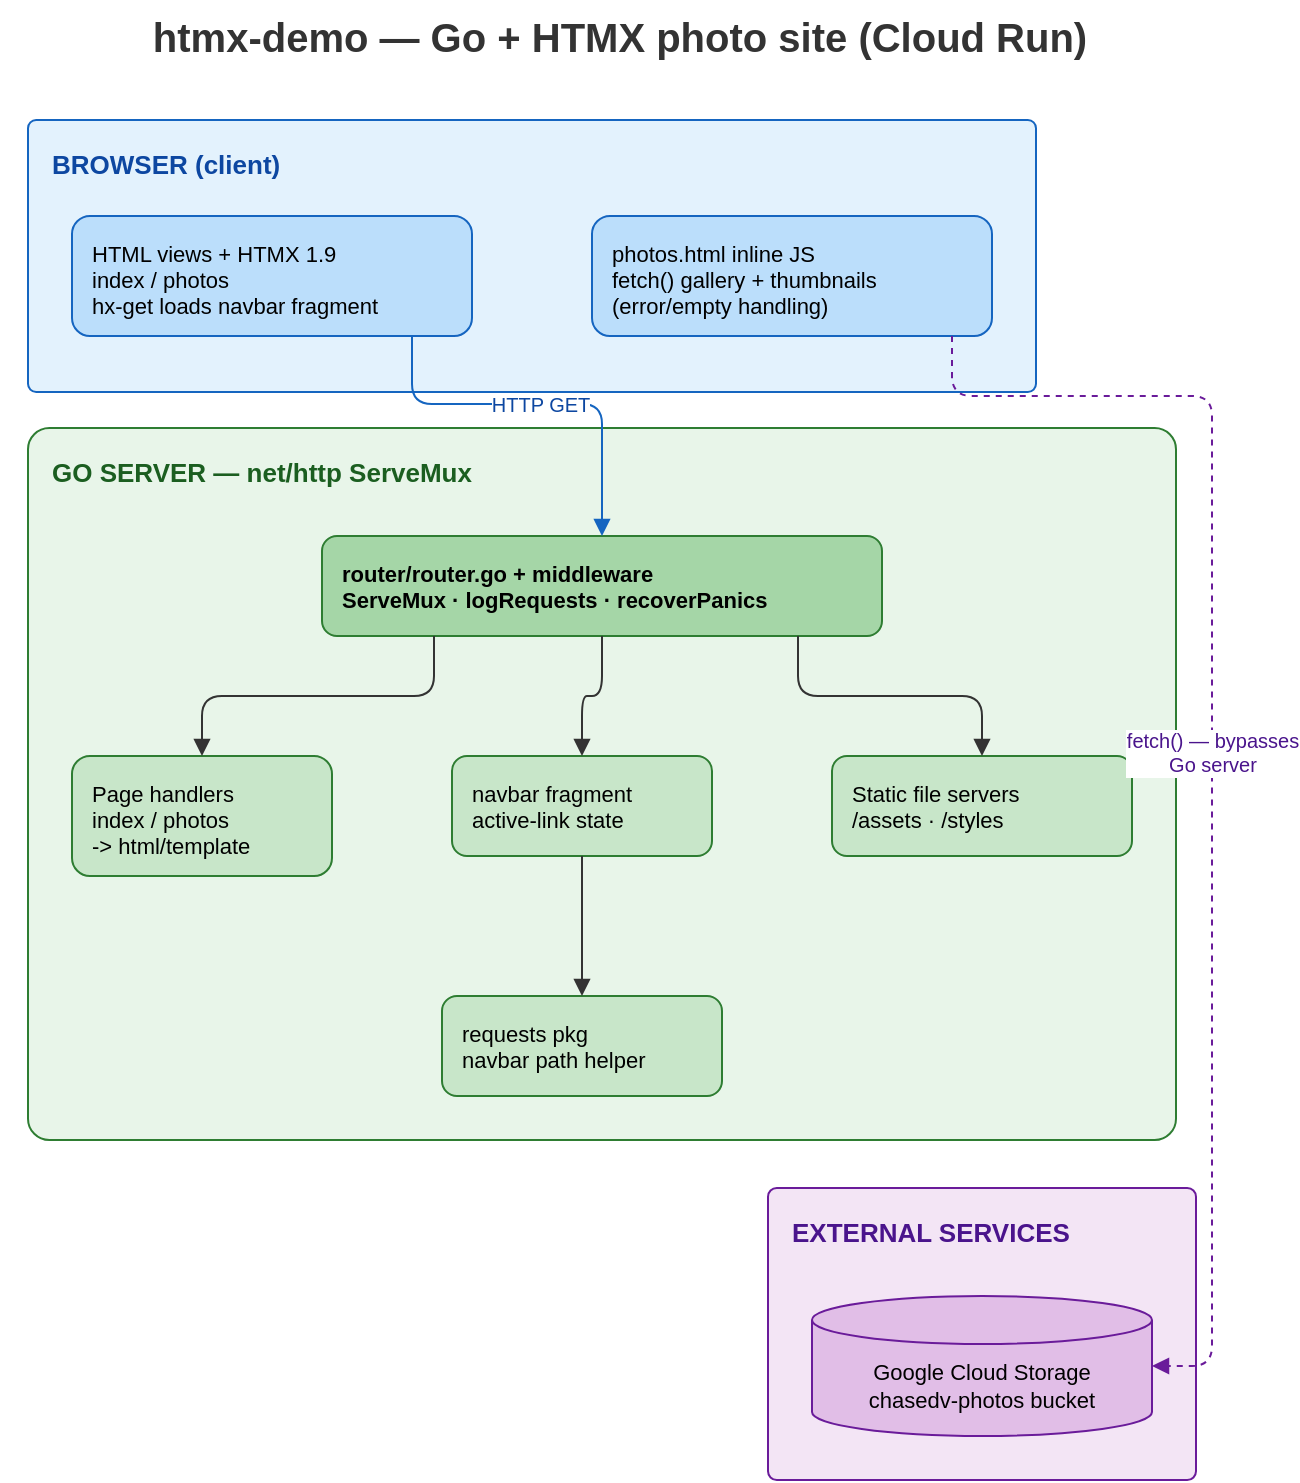
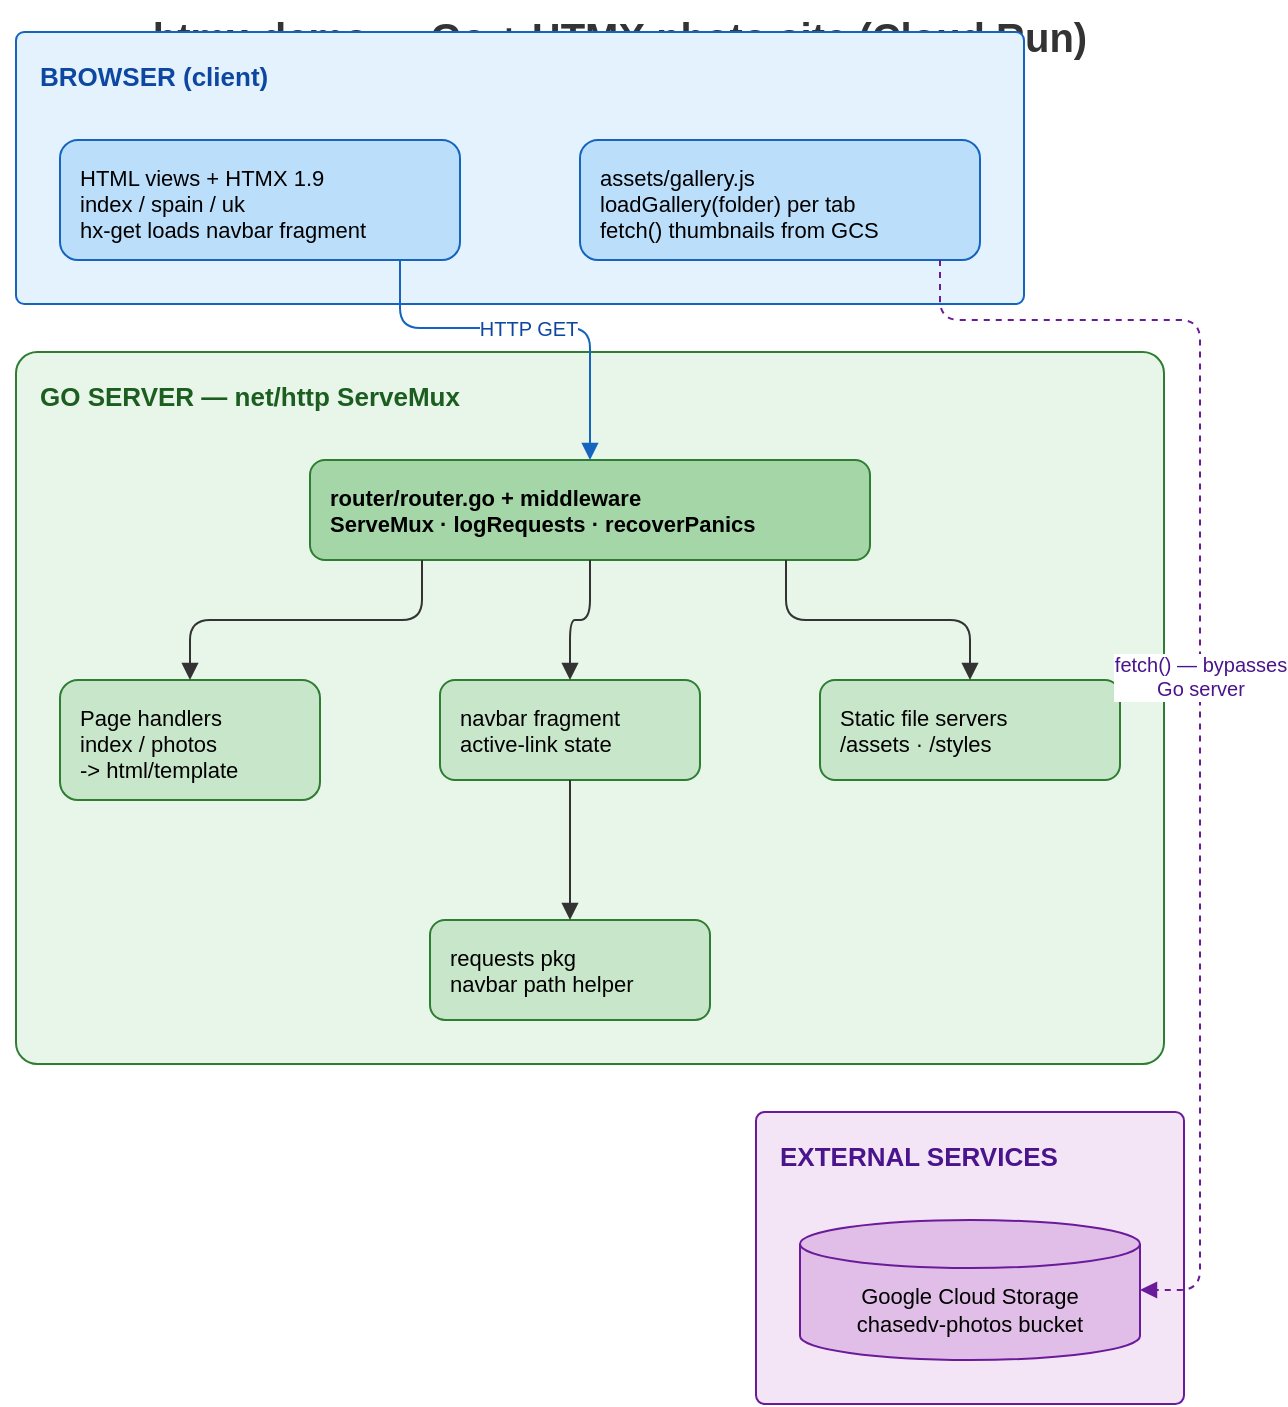
- <mxfile host="65bd71144e">
-     <diagram id="d1" name="htmx-demo architecture">
-         <mxGraphModel dx="1684" dy="725" grid="1" gridSize="10" guides="1" tooltips="1" connect="1" arrows="1" fold="1" page="1" pageScale="1" pageWidth="680" pageHeight="760" math="0" shadow="0">
-             <root>
-                 <mxCell id="0"/>
-                 <mxCell id="1" parent="0"/>
-                 <mxCell id="title" value="htmx-demo — Go + HTMX photo site (Cloud Run)" style="text;html=1;strokeColor=none;fillColor=none;align=center;verticalAlign=middle;whiteSpace=wrap;fontSize=20;fontStyle=1;fontColor=#333333;" parent="1" vertex="1">
-                     <mxGeometry x="30" y="20" width="620" height="36" as="geometry"/>
-                 </mxCell>
-                 <mxCell id="client" value="BROWSER (client)" style="rounded=1;whiteSpace=wrap;html=1;fillColor=#E3F2FD;strokeColor=#1565C0;verticalAlign=top;align=left;fontStyle=1;fontSize=13;fontColor=#0D47A1;arcSize=3;spacingTop=8;spacingLeft=10;" parent="1" vertex="1">
-                     <mxGeometry x="44" y="80" width="504" height="136" as="geometry"/>
-                 </mxCell>
-                 <mxCell id="server" value="GO SERVER — net/http ServeMux" style="rounded=1;whiteSpace=wrap;html=1;fillColor=#E8F5E9;strokeColor=#2E7D32;verticalAlign=top;align=left;fontStyle=1;fontSize=13;fontColor=#1B5E20;arcSize=3;spacingTop=8;spacingLeft=10;" parent="1" vertex="1">
-                     <mxGeometry x="44" y="234" width="574" height="356" as="geometry"/>
-                 </mxCell>
-                 <mxCell id="external" value="EXTERNAL SERVICES" style="rounded=1;whiteSpace=wrap;html=1;fillColor=#F3E5F5;strokeColor=#6A1B9A;verticalAlign=top;align=left;fontStyle=1;fontSize=13;fontColor=#4A148C;arcSize=3;spacingTop=8;spacingLeft=10;" parent="1" vertex="1">
-                     <mxGeometry x="414" y="614" width="214" height="146" as="geometry"/>
-                 </mxCell>
-                 <mxCell id="pages" value="HTML views + HTMX 1.9&#xa;index / photos&#xa;hx-get loads navbar fragment" style="rounded=1;whiteSpace=wrap;html=1;fillColor=#BBDEFB;strokeColor=#1565C0;align=left;verticalAlign=top;fontSize=11;spacingLeft=8;spacingTop=6;" parent="1" vertex="1">
-                     <mxGeometry x="66" y="128" width="200" height="60" as="geometry"/>
-                 </mxCell>
-                 <mxCell id="photojs" value="photos.html inline JS&#xa;fetch() gallery + thumbnails&#xa;(error/empty handling)" style="rounded=1;whiteSpace=wrap;html=1;fillColor=#BBDEFB;strokeColor=#1565C0;align=left;verticalAlign=top;fontSize=11;spacingLeft=8;spacingTop=6;" parent="1" vertex="1">
-                     <mxGeometry x="326" y="128" width="200" height="60" as="geometry"/>
-                 </mxCell>
-                 <mxCell id="pagehandlers" value="Page handlers&#xa;index / photos&#xa;-&gt; html/template" style="rounded=1;whiteSpace=wrap;html=1;fillColor=#C8E6C9;strokeColor=#2E7D32;align=left;verticalAlign=top;fontSize=11;spacingLeft=8;spacingTop=6;" parent="1" vertex="1">
-                     <mxGeometry x="66" y="398" width="130" height="60" as="geometry"/>
-                 </mxCell>
-                 <mxCell id="navbarh" value="navbar fragment&#xa;active-link state" style="rounded=1;whiteSpace=wrap;html=1;fillColor=#C8E6C9;strokeColor=#2E7D32;align=left;verticalAlign=top;fontSize=11;spacingLeft=8;spacingTop=6;" parent="1" vertex="1">
-                     <mxGeometry x="256" y="398" width="130" height="50" as="geometry"/>
-                 </mxCell>
-                 <mxCell id="static" value="Static file servers&#xa;/assets  ·  /styles" style="rounded=1;whiteSpace=wrap;html=1;fillColor=#C8E6C9;strokeColor=#2E7D32;align=left;verticalAlign=top;fontSize=11;spacingLeft=8;spacingTop=6;" parent="1" vertex="1">
-                     <mxGeometry x="446" y="398" width="150" height="50" as="geometry"/>
-                 </mxCell>
-                 <mxCell id="mux" value="router/router.go + middleware&#xa;ServeMux · logRequests · recoverPanics" style="rounded=1;whiteSpace=wrap;html=1;fillColor=#A5D6A7;strokeColor=#2E7D32;align=left;verticalAlign=top;fontSize=11;fontStyle=1;spacingLeft=8;spacingTop=6;" parent="1" vertex="1">
-                     <mxGeometry x="191" y="288" width="280" height="50" as="geometry"/>
-                 </mxCell>
-                 <mxCell id="requests" value="requests pkg&#xa;navbar path helper" style="rounded=1;whiteSpace=wrap;html=1;fillColor=#C8E6C9;strokeColor=#2E7D32;align=left;verticalAlign=top;fontSize=11;spacingLeft=8;spacingTop=6;" parent="1" vertex="1">
-                     <mxGeometry x="251" y="518" width="140" height="50" as="geometry"/>
-                 </mxCell>
-                 <mxCell id="gcs" value="Google Cloud Storage&#xa;chasedv-photos bucket" style="shape=cylinder3;whiteSpace=wrap;html=1;boundedLbl=1;backgroundOutline=1;size=12;fillColor=#E1BEE7;strokeColor=#6A1B9A;align=center;verticalAlign=middle;fontSize=11;" parent="1" vertex="1">
-                     <mxGeometry x="436" y="668" width="170" height="70" as="geometry"/>
-                 </mxCell>
-                 <mxCell id="e-http" value="HTTP GET" style="edgeStyle=orthogonalEdgeStyle;rounded=1;html=1;strokeColor=#1565C0;endArrow=block;exitX=0.85;exitY=1;exitDx=0;exitDy=0;entryX=0.5;entryY=0;entryDx=0;entryDy=0;fontSize=10;fontColor=#0D47A1;" parent="1" source="pages" target="mux" edge="1">
-                     <mxGeometry relative="1" as="geometry">
-                         <Array as="points">
-                             <mxPoint x="236" y="222"/>
-                             <mxPoint x="331" y="222"/>
-                         </Array>
-                     </mxGeometry>
-                 </mxCell>
-                 <mxCell id="e-mux-page" style="edgeStyle=orthogonalEdgeStyle;rounded=1;html=1;strokeColor=#333333;endArrow=block;exitX=0.2;exitY=1;exitDx=0;exitDy=0;entryX=0.5;entryY=0;entryDx=0;entryDy=0;" parent="1" source="mux" target="pagehandlers" edge="1">
-                     <mxGeometry relative="1" as="geometry">
-                         <Array as="points">
-                             <mxPoint x="247" y="368"/>
-                             <mxPoint x="131" y="368"/>
-                         </Array>
-                     </mxGeometry>
-                 </mxCell>
-                 <mxCell id="e-mux-nav" style="edgeStyle=orthogonalEdgeStyle;rounded=1;html=1;strokeColor=#333333;endArrow=block;exitX=0.5;exitY=1;exitDx=0;exitDy=0;entryX=0.5;entryY=0;entryDx=0;entryDy=0;" parent="1" source="mux" target="navbarh" edge="1">
-                     <mxGeometry relative="1" as="geometry">
-                         <Array as="points">
-                             <mxPoint x="331" y="368"/>
-                             <mxPoint x="321" y="368"/>
-                         </Array>
-                     </mxGeometry>
-                 </mxCell>
-                 <mxCell id="e-mux-static" style="edgeStyle=orthogonalEdgeStyle;rounded=1;html=1;strokeColor=#333333;endArrow=block;exitX=0.85;exitY=1;exitDx=0;exitDy=0;entryX=0.5;entryY=0;entryDx=0;entryDy=0;" parent="1" source="mux" target="static" edge="1">
-                     <mxGeometry relative="1" as="geometry">
-                         <Array as="points">
-                             <mxPoint x="429" y="368"/>
-                             <mxPoint x="521" y="368"/>
-                         </Array>
-                     </mxGeometry>
-                 </mxCell>
-                 <mxCell id="e-nav-req" style="edgeStyle=orthogonalEdgeStyle;rounded=1;html=1;strokeColor=#333333;endArrow=block;exitX=0.5;exitY=1;exitDx=0;exitDy=0;entryX=0.5;entryY=0;entryDx=0;entryDy=0;" parent="1" source="navbarh" target="requests" edge="1">
-                     <mxGeometry relative="1" as="geometry">
-                         <Array as="points">
-                             <mxPoint x="321" y="483"/>
-                             <mxPoint x="321" y="483"/>
-                         </Array>
-                     </mxGeometry>
-                 </mxCell>
-                 <mxCell id="e-photo" value="fetch() — bypasses&#xa;Go server" style="edgeStyle=orthogonalEdgeStyle;rounded=1;html=1;strokeColor=#6A1B9A;endArrow=block;dashed=1;exitX=0.9;exitY=1;exitDx=0;exitDy=0;entryX=1;entryY=0.5;entryDx=0;entryDy=0;fontSize=10;fontColor=#4A148C;" parent="1" source="photojs" target="gcs" edge="1">
-                     <mxGeometry relative="1" as="geometry">
-                         <Array as="points">
-                             <mxPoint x="506" y="218"/>
-                             <mxPoint x="636" y="218"/>
-                             <mxPoint x="636" y="703"/>
-                         </Array>
-                     </mxGeometry>
-                 </mxCell>
-             </root>
-         </mxGraphModel>
-     </diagram>
- </mxfile>
+ <mxfile host="app.diagrams.net" agent="drawio_layout" version="24.0.0">
+   <diagram id="d1" name="htmx-demo architecture">
+     <mxGraphModel dx="1491" dy="1239" grid="1" gridSize="10" guides="1" tooltips="1" connect="1" arrows="1" fold="1" page="1" pageScale="1" pageWidth="680" pageHeight="760" math="0" shadow="0">
+       <root>
+         <mxCell id="0" />
+         <mxCell id="1" parent="0" />
+         <mxCell id="title" value="htmx-demo — Go + HTMX photo site (Cloud Run)" style="text;html=1;strokeColor=none;fillColor=none;align=center;verticalAlign=middle;whiteSpace=wrap;fontSize=20;fontStyle=1;fontColor=#333333;" vertex="1" parent="1"><mxGeometry x="30" y="20" width="620" height="36" as="geometry" /></mxCell>
+         <mxCell id="client" value="BROWSER (client)" style="rounded=1;whiteSpace=wrap;html=1;fillColor=#E3F2FD;strokeColor=#1565C0;verticalAlign=top;align=left;fontStyle=1;fontSize=13;fontColor=#0D47A1;arcSize=3;spacingTop=8;spacingLeft=10;" vertex="1" parent="1"><mxGeometry x="38" y="36" width="504" height="136" as="geometry" /></mxCell>
+         <mxCell id="server" value="GO SERVER — net/http ServeMux" style="rounded=1;whiteSpace=wrap;html=1;fillColor=#E8F5E9;strokeColor=#2E7D32;verticalAlign=top;align=left;fontStyle=1;fontSize=13;fontColor=#1B5E20;arcSize=3;spacingTop=8;spacingLeft=10;" vertex="1" parent="1"><mxGeometry x="38" y="196" width="574" height="356" as="geometry" /></mxCell>
+         <mxCell id="external" value="EXTERNAL SERVICES" style="rounded=1;whiteSpace=wrap;html=1;fillColor=#F3E5F5;strokeColor=#6A1B9A;verticalAlign=top;align=left;fontStyle=1;fontSize=13;fontColor=#4A148C;arcSize=3;spacingTop=8;spacingLeft=10;" vertex="1" parent="1"><mxGeometry x="408" y="576" width="214" height="146" as="geometry" /></mxCell>
+         <mxCell id="pages" value="HTML views + HTMX 1.9&#10;index / spain / uk&#10;hx-get loads navbar fragment" style="rounded=1;whiteSpace=wrap;html=1;fillColor=#BBDEFB;strokeColor=#1565C0;align=left;verticalAlign=top;fontSize=11;spacingLeft=8;spacingTop=6;" vertex="1" parent="1"><mxGeometry x="60" y="90" width="200" height="60" as="geometry" /></mxCell>
+         <mxCell id="photojs" value="assets/gallery.js&#10;loadGallery(folder) per tab&#10;fetch() thumbnails from GCS" style="rounded=1;whiteSpace=wrap;html=1;fillColor=#BBDEFB;strokeColor=#1565C0;align=left;verticalAlign=top;fontSize=11;spacingLeft=8;spacingTop=6;" vertex="1" parent="1"><mxGeometry x="320" y="90" width="200" height="60" as="geometry" /></mxCell>
+         <mxCell id="pagehandlers" value="Page handlers&#10;index / photos&#10;-&gt; html/template" style="rounded=1;whiteSpace=wrap;html=1;fillColor=#C8E6C9;strokeColor=#2E7D32;align=left;verticalAlign=top;fontSize=11;spacingLeft=8;spacingTop=6;" vertex="1" parent="1"><mxGeometry x="60" y="360" width="130" height="60" as="geometry" /></mxCell>
+         <mxCell id="navbarh" value="navbar fragment&#10;active-link state" style="rounded=1;whiteSpace=wrap;html=1;fillColor=#C8E6C9;strokeColor=#2E7D32;align=left;verticalAlign=top;fontSize=11;spacingLeft=8;spacingTop=6;" vertex="1" parent="1"><mxGeometry x="250" y="360" width="130" height="50" as="geometry" /></mxCell>
+         <mxCell id="static" value="Static file servers&#10;/assets  ·  /styles" style="rounded=1;whiteSpace=wrap;html=1;fillColor=#C8E6C9;strokeColor=#2E7D32;align=left;verticalAlign=top;fontSize=11;spacingLeft=8;spacingTop=6;" vertex="1" parent="1"><mxGeometry x="440" y="360" width="150" height="50" as="geometry" /></mxCell>
+         <mxCell id="mux" value="router/router.go + middleware&#10;ServeMux · logRequests · recoverPanics" style="rounded=1;whiteSpace=wrap;html=1;fillColor=#A5D6A7;strokeColor=#2E7D32;align=left;verticalAlign=top;fontSize=11;fontStyle=1;spacingLeft=8;spacingTop=6;" vertex="1" parent="1"><mxGeometry x="185" y="250" width="280" height="50" as="geometry" /></mxCell>
+         <mxCell id="requests" value="requests pkg&#10;navbar path helper" style="rounded=1;whiteSpace=wrap;html=1;fillColor=#C8E6C9;strokeColor=#2E7D32;align=left;verticalAlign=top;fontSize=11;spacingLeft=8;spacingTop=6;" vertex="1" parent="1"><mxGeometry x="245" y="480" width="140" height="50" as="geometry" /></mxCell>
+         <mxCell id="gcs" value="Google Cloud Storage&#10;chasedv-photos bucket" style="shape=cylinder3;whiteSpace=wrap;html=1;boundedLbl=1;backgroundOutline=1;size=12;fillColor=#E1BEE7;strokeColor=#6A1B9A;align=center;verticalAlign=middle;fontSize=11;" vertex="1" parent="1"><mxGeometry x="430" y="630" width="170" height="70" as="geometry" /></mxCell>
+         <mxCell id="e-http" value="HTTP GET" style="edgeStyle=orthogonalEdgeStyle;rounded=1;html=1;strokeColor=#1565C0;endArrow=block;exitX=0.85;exitY=1;exitDx=0;exitDy=0;entryX=0.5;entryY=0;entryDx=0;entryDy=0;fontSize=10;fontColor=#0D47A1;" edge="1" parent="1" source="pages" target="mux"><mxGeometry relative="1" as="geometry"><Array as="points"><mxPoint x="230.0" y="184" /><mxPoint x="325.0" y="184" /></Array></mxGeometry></mxCell>
+         <mxCell id="e-mux-page" style="edgeStyle=orthogonalEdgeStyle;rounded=1;html=1;strokeColor=#333333;endArrow=block;exitX=0.2;exitY=1;exitDx=0;exitDy=0;entryX=0.5;entryY=0;entryDx=0;entryDy=0;" edge="1" parent="1" source="mux" target="pagehandlers"><mxGeometry relative="1" as="geometry"><Array as="points"><mxPoint x="241.0" y="330.0" /><mxPoint x="125.0" y="330.0" /></Array></mxGeometry></mxCell>
+         <mxCell id="e-mux-nav" style="edgeStyle=orthogonalEdgeStyle;rounded=1;html=1;strokeColor=#333333;endArrow=block;exitX=0.5;exitY=1;exitDx=0;exitDy=0;entryX=0.5;entryY=0;entryDx=0;entryDy=0;" edge="1" parent="1" source="mux" target="navbarh"><mxGeometry relative="1" as="geometry"><Array as="points"><mxPoint x="325.0" y="330.0" /><mxPoint x="315.0" y="330.0" /></Array></mxGeometry></mxCell>
+         <mxCell id="e-mux-static" style="edgeStyle=orthogonalEdgeStyle;rounded=1;html=1;strokeColor=#333333;endArrow=block;exitX=0.85;exitY=1;exitDx=0;exitDy=0;entryX=0.5;entryY=0;entryDx=0;entryDy=0;" edge="1" parent="1" source="mux" target="static"><mxGeometry relative="1" as="geometry"><Array as="points"><mxPoint x="423.0" y="330.0" /><mxPoint x="515.0" y="330.0" /></Array></mxGeometry></mxCell>
+         <mxCell id="e-nav-req" style="edgeStyle=orthogonalEdgeStyle;rounded=1;html=1;strokeColor=#333333;endArrow=block;exitX=0.5;exitY=1;exitDx=0;exitDy=0;entryX=0.5;entryY=0;entryDx=0;entryDy=0;" edge="1" parent="1" source="navbarh" target="requests"><mxGeometry relative="1" as="geometry"><Array as="points"><mxPoint x="315.0" y="445.0" /><mxPoint x="315.0" y="445.0" /></Array></mxGeometry></mxCell>
+         <mxCell id="e-photo" value="fetch() — bypasses&#10;Go server" style="edgeStyle=orthogonalEdgeStyle;rounded=1;html=1;strokeColor=#6A1B9A;endArrow=block;dashed=1;exitX=0.9;exitY=1;exitDx=0;exitDy=0;entryX=1;entryY=0.5;entryDx=0;entryDy=0;fontSize=10;fontColor=#4A148C;" edge="1" parent="1" source="photojs" target="gcs"><mxGeometry relative="1" as="geometry"><Array as="points"><mxPoint x="500.0" y="180" /><mxPoint x="630" y="180" /><mxPoint x="630" y="665.0" /></Array></mxGeometry></mxCell>
+       </root>
+     </mxGraphModel>
+   </diagram>
+ </mxfile>